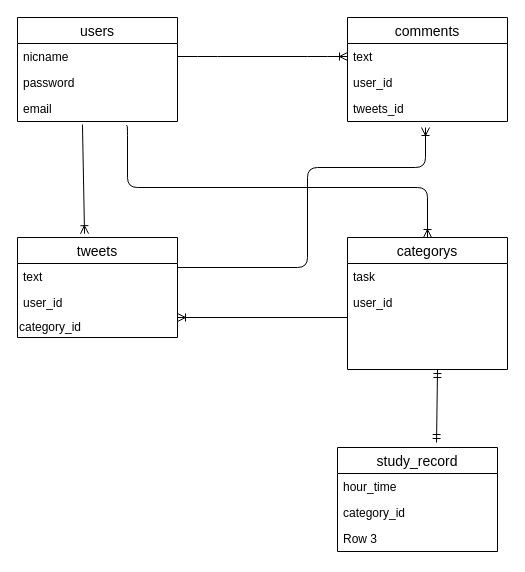
seiichikick0404/futures keeps this draw.io diagram as ER.drawio. Above is the earlier version. Source tidied: cells renumbered, new cells numbered last; positions are measured from the earlier drawing's top-left corner, leaving out a move shared by most shapes. Both pictures are drawn from the tidied source at 100%, with x=0, y=0 at pixel (17, 17).
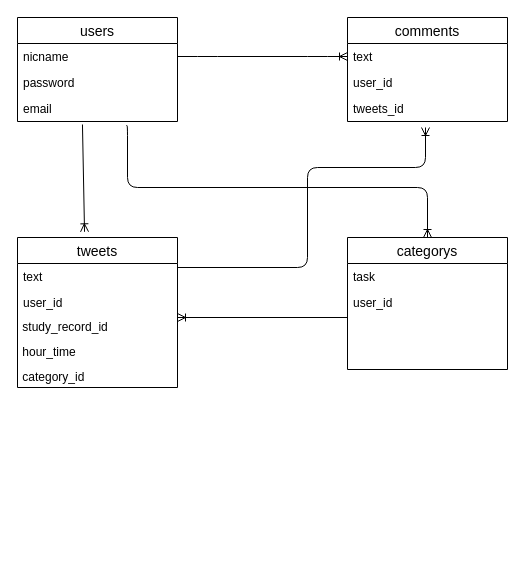
Above is the later version.

Commit message (it also covers changes not shown here):
study_recordテーブルを削除しtweetsテーブルで時間を管理

Diff of the diagram source:
```diff
@@
     <mxCell id="2" value="tweets" style="swimlane;fontStyle=0;horizontal=1;startSize=26;align=center;fontSize=14;" parent="1" vertex="1">
-      <mxGeometry y="220" width="160" height="100" as="geometry" />
+      <mxGeometry y="220" width="160" height="150" as="geometry" />
     </mxCell>
@@
+    <mxCell id="27" value="&amp;nbsp;study_record_id" style="text;html=1;strokeColor=none;fillColor=none;align=left;verticalAlign=middle;whiteSpace=wrap;rounded=0;" parent="2" vertex="1">
+      <mxGeometry y="80" width="160" height="20" as="geometry" />
+    </mxCell>
+    <mxCell id="23" value="&amp;nbsp;hour_time" style="text;html=1;strokeColor=none;fillColor=none;align=left;verticalAlign=middle;whiteSpace=wrap;rounded=0;" parent="2" vertex="1">
+      <mxGeometry y="100" width="160" height="30" as="geometry" />
+    </mxCell>
-    <mxCell id="5" value="category_id" style="text;html=1;strokeColor=none;fillColor=none;align=left;verticalAlign=middle;whiteSpace=wrap;rounded=0;" parent="2" vertex="1">
-      <mxGeometry y="80" width="160" height="20" as="geometry" />
+    <mxCell id="5" value="&amp;nbsp;category_id" style="text;html=1;strokeColor=none;fillColor=none;align=left;verticalAlign=middle;whiteSpace=wrap;rounded=0;" parent="2" vertex="1">
+      <mxGeometry y="130" width="160" height="20" as="geometry" />
     </mxCell>
@@
-    <mxCell id="21" style="fontSize=12;html=1;endArrow=ERoneToMany;entryX=1;entryY=0;entryDx=0;entryDy=0;" parent="1" edge="1" target="5">
+    <mxCell id="21" style="fontSize=12;html=1;endArrow=ERoneToMany;entryX=1;entryY=0;entryDx=0;entryDy=0;" parent="1" edge="1" target="27">
       <mxGeometry relative="1" as="geometry">
         <mxPoint x="330" y="300" as="sourcePoint" />
       </mxGeometry>
     </mxCell>
-    <mxCell id="22" value="study_record" style="swimlane;fontStyle=0;horizontal=1;startSize=26;align=center;fontSize=14;" parent="1" vertex="1">
-      <mxGeometry x="320" y="430" width="160" height="104" as="geometry" />
-    </mxCell>
-    <mxCell id="23" value="hour_time" style="text;strokeColor=none;fillColor=none;spacingLeft=4;spacingRight=4;overflow=hidden;fontSize=12;" parent="22" vertex="1">
-      <mxGeometry y="26" width="160" height="26" as="geometry" />
-    </mxCell>
-    <mxCell id="24" value="category_id" style="text;strokeColor=none;fillColor=none;spacingLeft=4;spacingRight=4;overflow=hidden;fontSize=12;" parent="22" vertex="1">
-      <mxGeometry y="52" width="160" height="26" as="geometry" />
-    </mxCell>
-    <mxCell id="25" value="Row 3" style="text;strokeColor=none;fillColor=none;spacingLeft=4;spacingRight=4;overflow=hidden;fontSize=12;" parent="22" vertex="1">
-      <mxGeometry y="78" width="160" height="26" as="geometry" />
-    </mxCell>
-    <mxCell id="26" style="fontSize=12;html=1;endArrow=ERmandOne;startArrow=ERmandOne;exitX=0.619;exitY=-0.048;exitDx=0;exitDy=0;exitPerimeter=0;" parent="1" edge="1" source="22">
-      <mxGeometry relative="1" as="geometry">
-        <mxPoint x="420" y="352" as="targetPoint" />
-      </mxGeometry>
-    </mxCell>
```
